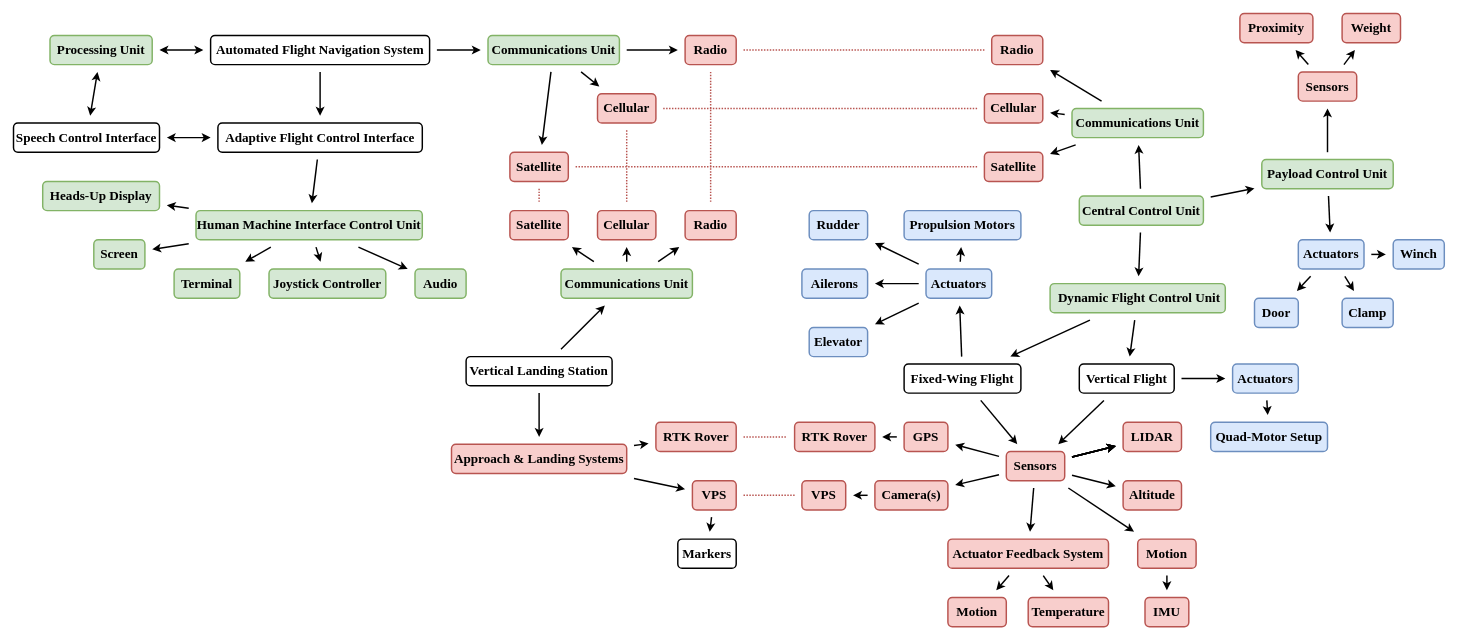
Above: docs/submitted-proposal/resources/system-architecture.drawio in Tolly-Zhang/FH-Capstone-2025 (draw.io), before the change. Source tidied: cells renumbered, new cells numbered last; positions are measured from the earlier drawing's top-left corner, leaving out a move shared by most shapes. Both pictures are drawn from the tidied source at 73%, with x=0, y=0 at pixel (13, 13).
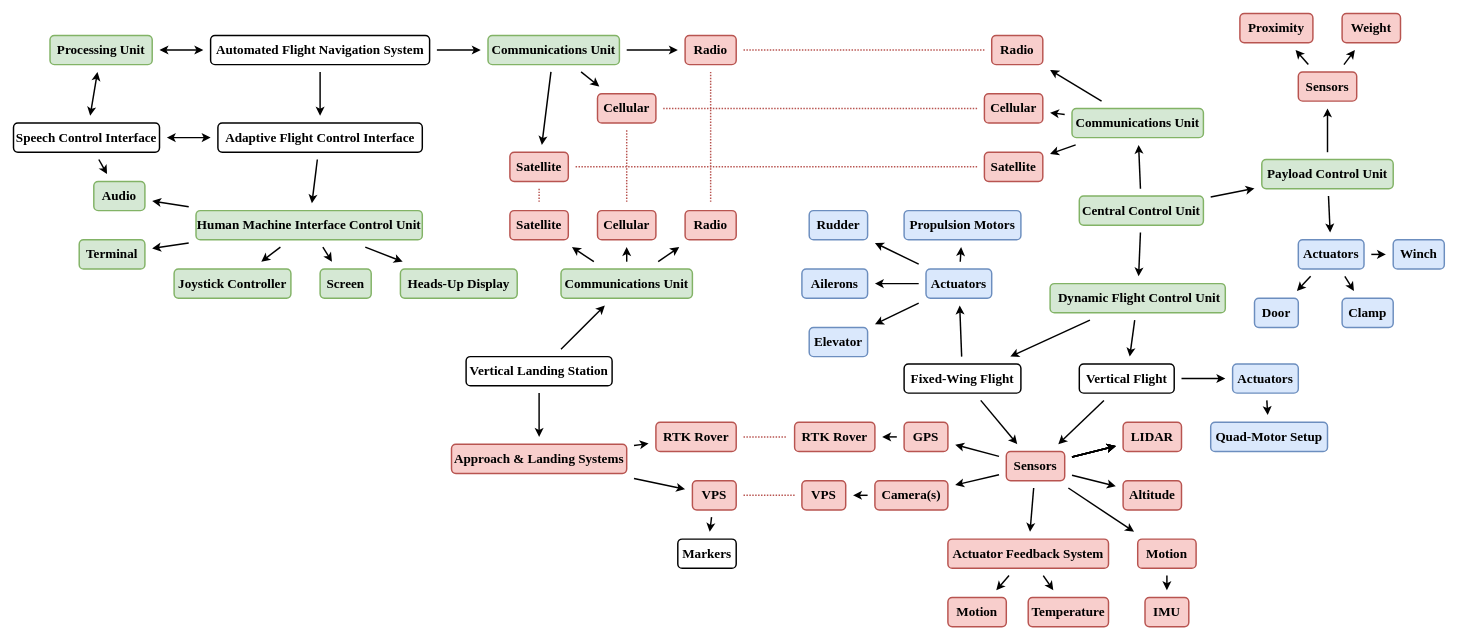
Above is the later version.

Unchanged cells that the change refers to:
```xml
<mxCell id="94" value="Speech Control Interface" style="rounded=1;whiteSpace=wrap;html=1;glass=0;shadow=0;fontFamily=Times New Roman;perimeterSpacing=0;strokeWidth=2;fontSize=18;fontStyle=1;" parent="1" vertex="1">
  <mxGeometry y="150" width="200" height="40" as="geometry" />
</mxCell>
```

The edit, as a diff of the source:
```diff
@@
+    <mxCell id="129" style="edgeStyle=none;shape=connector;rounded=0;jettySize=auto;html=1;strokeColor=default;strokeWidth=2;align=center;verticalAlign=middle;fontFamily=Helvetica;fontSize=11;fontColor=default;labelBackgroundColor=default;startArrow=none;startFill=0;endArrow=classic;sourcePerimeterSpacing=10;targetPerimeterSpacing=10;" parent="1" edge="1" source="94" target="103">
+      <mxGeometry relative="1" as="geometry" />
+    </mxCell>
@@
     <mxCell id="101" value="Terminal" style="rounded=1;whiteSpace=wrap;html=1;glass=0;shadow=0;fontFamily=Times New Roman;perimeterSpacing=0;strokeWidth=2;fontSize=18;fontStyle=1;fillColor=#d5e8d4;strokeColor=#82b366;" parent="1" vertex="1">
-      <mxGeometry x="220" y="350" width="90" height="40" as="geometry" />
+      <mxGeometry x="90" y="310" width="90" height="40" as="geometry" />
     </mxCell>
     <mxCell id="102" value="Joystick Controller" style="rounded=1;whiteSpace=wrap;html=1;glass=0;shadow=0;fontFamily=Times New Roman;perimeterSpacing=0;strokeWidth=2;fontSize=18;fontStyle=1;fillColor=#d5e8d4;strokeColor=#82b366;" parent="1" vertex="1">
-      <mxGeometry x="350" y="350" width="160" height="40" as="geometry" />
+      <mxGeometry x="220" y="350" width="160" height="40" as="geometry" />
     </mxCell>
     <mxCell id="103" value="Audio" style="rounded=1;whiteSpace=wrap;html=1;glass=0;shadow=0;fontFamily=Times New Roman;perimeterSpacing=0;strokeWidth=2;fontSize=18;fontStyle=1;fillColor=#d5e8d4;strokeColor=#82b366;" parent="1" vertex="1">
-      <mxGeometry x="550" y="350" width="70" height="40" as="geometry" />
+      <mxGeometry x="110" y="230" width="70" height="40" as="geometry" />
     </mxCell>
     <mxCell id="104" value="Screen" style="rounded=1;whiteSpace=wrap;html=1;glass=0;shadow=0;fontFamily=Times New Roman;perimeterSpacing=0;strokeWidth=2;fontSize=18;fontStyle=1;fillColor=#d5e8d4;strokeColor=#82b366;" parent="1" vertex="1">
-      <mxGeometry x="110" y="310" width="70" height="40" as="geometry" />
+      <mxGeometry x="420" y="350" width="70" height="40" as="geometry" />
     </mxCell>
     <mxCell id="105" value="Heads-Up Display" style="rounded=1;whiteSpace=wrap;html=1;glass=0;shadow=0;fontFamily=Times New Roman;perimeterSpacing=0;strokeWidth=2;fontSize=18;fontStyle=1;fillColor=#d5e8d4;strokeColor=#82b366;" parent="1" vertex="1">
-      <mxGeometry x="40" y="230" width="160" height="40" as="geometry" />
+      <mxGeometry x="530" y="350" width="160" height="40" as="geometry" />
     </mxCell>
```
